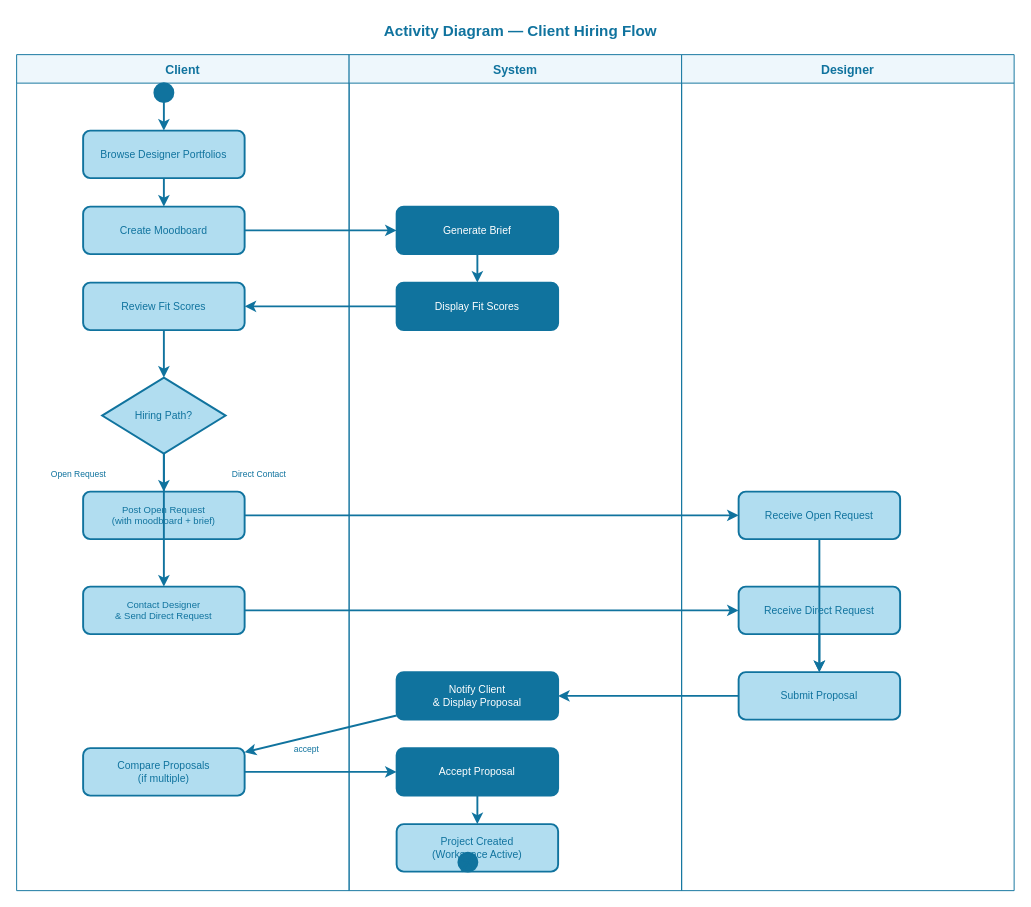
MNSBaanu/Inside keeps this draw.io diagram as docs/Interim/Diagrams/02-activity-hiring.drawio. Above is the earlier version. Source tidied: cells renumbered, new cells numbered last; positions are measured from the earlier drawing's top-left corner, leaving out a move shared by most shapes. Both pictures are drawn from the tidied source at 95%, with x=0, y=0 at pixel (16, 16).
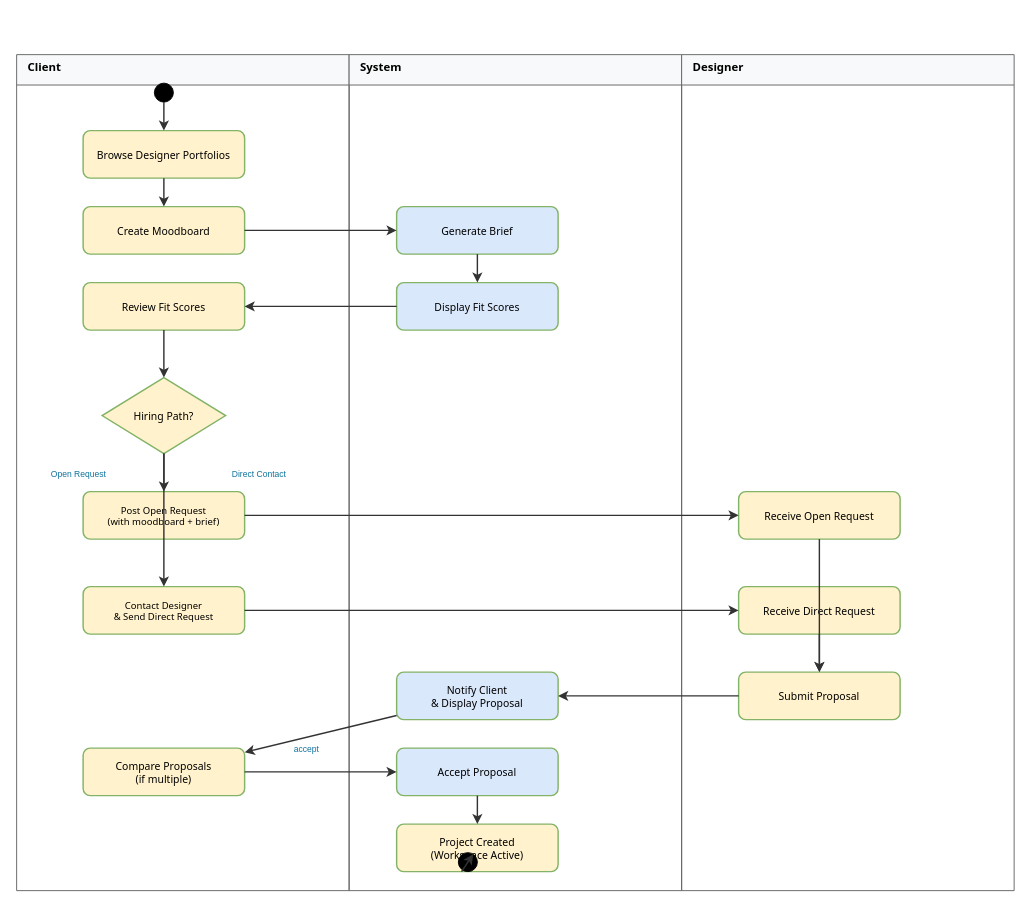
The same diagram, later.

What changed in the source:
```diff
@@
-    <mxCell id="2" value="&lt;b&gt;Activity Diagram — Client Hiring Flow&lt;/b&gt;" style="text;html=1;strokeColor=none;fillColor=none;align=center;verticalAlign=middle;fontSize=16;fontColor=#10739e;" parent="1" vertex="1">
-      <mxGeometry x="180" width="700" height="30" as="geometry" />
-    </mxCell>
-    <mxCell id="3" value="Client" style="swimlane;startSize=30;fillColor=#eef7fc;strokeColor=#10739e;fontStyle=1;fontSize=13;fontColor=#10739e;" parent="1" vertex="1">
+    <mxCell id="3" value="Client" style="swimlane;startSize=32;fillColor=#f8f9fa;strokeColor=#666666;fontStyle=1;fontSize=12;fontFamily=Tahoma;align=left;verticalAlign=top;spacingLeft=10;" parent="1" vertex="1">
       <mxGeometry y="40" width="350" height="880" as="geometry" />
     </mxCell>
-    <mxCell id="4" value="System" style="swimlane;startSize=30;fillColor=#eef7fc;strokeColor=#10739e;fontStyle=1;fontSize=13;fontColor=#10739e;" parent="1" vertex="1">
+    <mxCell id="4" value="System" style="swimlane;startSize=32;fillColor=#f8f9fa;strokeColor=#666666;fontStyle=1;fontSize=12;fontFamily=Tahoma;align=left;verticalAlign=top;spacingLeft=10;" parent="1" vertex="1">
       <mxGeometry x="350" y="40" width="350" height="880" as="geometry" />
     </mxCell>
-    <mxCell id="5" value="Designer" style="swimlane;startSize=30;fillColor=#eef7fc;strokeColor=#10739e;fontStyle=1;fontSize=13;fontColor=#10739e;" parent="1" vertex="1">
+    <mxCell id="5" value="Designer" style="swimlane;startSize=32;fillColor=#f8f9fa;strokeColor=#666666;fontStyle=1;fontSize=12;fontFamily=Tahoma;align=left;verticalAlign=top;spacingLeft=10;" parent="1" vertex="1">
       <mxGeometry x="700" y="40" width="350" height="880" as="geometry" />
     </mxCell>
-    <mxCell id="6" style="ellipse;fillColor=#10739e;strokeColor=#10739e;strokeWidth=2;" parent="1" vertex="1">
+    <mxCell id="6" style="ellipse;whiteSpace=wrap;html=1;fillColor=#000000;strokeColor=#000000;" parent="1" vertex="1">
       <mxGeometry x="145" y="70" width="20" height="20" as="geometry" />
     </mxCell>
-    <mxCell id="7" value="Browse Designer Portfolios" style="rounded=1;whiteSpace=wrap;html=1;fillColor=#b1ddf0;strokeColor=#10739e;strokeWidth=2;fontSize=11;fontColor=#10739e;" parent="1" vertex="1">
+    <mxCell id="7" value="Browse Designer Portfolios" style="rounded=1;whiteSpace=wrap;html=1;fillColor=#fff2cc;strokeColor=#82b366;strokeWidth=1.5;fontFamily=Tahoma;fontSize=11;" parent="1" vertex="1">
       <mxGeometry x="70" y="120" width="170" height="50" as="geometry" />
     </mxCell>
-    <mxCell id="8" value="Create Moodboard" style="rounded=1;whiteSpace=wrap;html=1;fillColor=#b1ddf0;strokeColor=#10739e;strokeWidth=2;fontSize=11;fontColor=#10739e;" parent="1" vertex="1">
+    <mxCell id="8" value="Create Moodboard" style="rounded=1;whiteSpace=wrap;html=1;fillColor=#fff2cc;strokeColor=#82b366;strokeWidth=1.5;fontFamily=Tahoma;fontSize=11;" parent="1" vertex="1">
       <mxGeometry x="70" y="200" width="170" height="50" as="geometry" />
     </mxCell>
-    <mxCell id="9" value="Generate Brief" style="rounded=1;whiteSpace=wrap;html=1;fillColor=#10739e;strokeColor=#10739e;strokeWidth=2;fontSize=11;fontColor=#ffffff;" parent="1" vertex="1">
+    <mxCell id="9" value="Generate Brief" style="rounded=1;whiteSpace=wrap;html=1;fillColor=#dae8fc;strokeColor=#82b366;strokeWidth=1.5;fontFamily=Tahoma;fontSize=11;" parent="1" vertex="1">
       <mxGeometry x="400" y="200" width="170" height="50" as="geometry" />
     </mxCell>
-    <mxCell id="10" value="Display Fit Scores" style="rounded=1;whiteSpace=wrap;html=1;fillColor=#10739e;strokeColor=#10739e;strokeWidth=2;fontSize=11;fontColor=#ffffff;" parent="1" vertex="1">
+    <mxCell id="10" value="Display Fit Scores" style="rounded=1;whiteSpace=wrap;html=1;fillColor=#dae8fc;strokeColor=#82b366;strokeWidth=1.5;fontFamily=Tahoma;fontSize=11;" parent="1" vertex="1">
       <mxGeometry x="400" y="280" width="170" height="50" as="geometry" />
     </mxCell>
-    <mxCell id="11" value="Review Fit Scores" style="rounded=1;whiteSpace=wrap;html=1;fillColor=#b1ddf0;strokeColor=#10739e;strokeWidth=2;fontSize=11;fontColor=#10739e;" parent="1" vertex="1">
+    <mxCell id="11" value="Review Fit Scores" style="rounded=1;whiteSpace=wrap;html=1;fillColor=#fff2cc;strokeColor=#82b366;strokeWidth=1.5;fontFamily=Tahoma;fontSize=11;" parent="1" vertex="1">
       <mxGeometry x="70" y="280" width="170" height="50" as="geometry" />
     </mxCell>
-    <mxCell id="12" value="Hiring Path?" style="rhombus;whiteSpace=wrap;html=1;fillColor=#b1ddf0;strokeColor=#10739e;strokeWidth=2;fontSize=11;fontColor=#10739e;" parent="1" vertex="1">
+    <mxCell id="12" value="Hiring Path?" style="rhombus;whiteSpace=wrap;html=1;fillColor=#fff2cc;strokeColor=#82b366;strokeWidth=1.5;fontFamily=Tahoma;fontSize=11;" parent="1" vertex="1">
       <mxGeometry x="90" y="380" width="130" height="80" as="geometry" />
     </mxCell>
-    <mxCell id="13" value="Post Open Request&#10;(with moodboard + brief)" style="rounded=1;whiteSpace=wrap;html=1;fillColor=#b1ddf0;strokeColor=#10739e;strokeWidth=2;fontSize=10;fontColor=#10739e;" parent="1" vertex="1">
+    <mxCell id="13" value="Post Open Request&#10;(with moodboard + brief)" style="rounded=1;whiteSpace=wrap;html=1;fillColor=#fff2cc;strokeColor=#82b366;strokeWidth=1.5;fontFamily=Tahoma;fontSize=10;" parent="1" vertex="1">
       <mxGeometry x="70" y="500" width="170" height="50" as="geometry" />
     </mxCell>
-    <mxCell id="14" value="Contact Designer&#10;&amp; Send Direct Request" style="rounded=1;whiteSpace=wrap;html=1;fillColor=#b1ddf0;strokeColor=#10739e;strokeWidth=2;fontSize=10;fontColor=#10739e;" parent="1" vertex="1">
+    <mxCell id="14" value="Contact Designer&#10;&amp; Send Direct Request" style="rounded=1;whiteSpace=wrap;html=1;fillColor=#fff2cc;strokeColor=#82b366;strokeWidth=1.5;fontFamily=Tahoma;fontSize=10;" parent="1" vertex="1">
       <mxGeometry x="70" y="600" width="170" height="50" as="geometry" />
     </mxCell>
-    <mxCell id="15" value="Receive Open Request" style="rounded=1;whiteSpace=wrap;html=1;fillColor=#b1ddf0;strokeColor=#10739e;strokeWidth=2;fontSize=11;fontColor=#10739e;" parent="1" vertex="1">
+    <mxCell id="15" value="Receive Open Request" style="rounded=1;whiteSpace=wrap;html=1;fillColor=#fff2cc;strokeColor=#82b366;strokeWidth=1.5;fontFamily=Tahoma;fontSize=11;" parent="1" vertex="1">
       <mxGeometry x="760" y="500" width="170" height="50" as="geometry" />
     </mxCell>
-    <mxCell id="16" value="Receive Direct Request" style="rounded=1;whiteSpace=wrap;html=1;fillColor=#b1ddf0;strokeColor=#10739e;strokeWidth=2;fontSize=11;fontColor=#10739e;" parent="1" vertex="1">
+    <mxCell id="16" value="Receive Direct Request" style="rounded=1;whiteSpace=wrap;html=1;fillColor=#fff2cc;strokeColor=#82b366;strokeWidth=1.5;fontFamily=Tahoma;fontSize=11;" parent="1" vertex="1">
       <mxGeometry x="760" y="600" width="170" height="50" as="geometry" />
     </mxCell>
-    <mxCell id="17" value="Submit Proposal" style="rounded=1;whiteSpace=wrap;html=1;fillColor=#b1ddf0;strokeColor=#10739e;strokeWidth=2;fontSize=11;fontColor=#10739e;" parent="1" vertex="1">
+    <mxCell id="17" value="Submit Proposal" style="rounded=1;whiteSpace=wrap;html=1;fillColor=#fff2cc;strokeColor=#82b366;strokeWidth=1.5;fontFamily=Tahoma;fontSize=11;" parent="1" vertex="1">
       <mxGeometry x="760" y="690" width="170" height="50" as="geometry" />
     </mxCell>
-    <mxCell id="18" value="Notify Client&#10;&amp; Display Proposal" style="rounded=1;whiteSpace=wrap;html=1;fillColor=#10739e;strokeColor=#10739e;strokeWidth=2;fontSize=11;fontColor=#ffffff;" parent="1" vertex="1">
+    <mxCell id="18" value="Notify Client&#10;&amp; Display Proposal" style="rounded=1;whiteSpace=wrap;html=1;fillColor=#dae8fc;strokeColor=#82b366;strokeWidth=1.5;fontFamily=Tahoma;fontSize=11;" parent="1" vertex="1">
       <mxGeometry x="400" y="690" width="170" height="50" as="geometry" />
     </mxCell>
-    <mxCell id="19" value="Compare Proposals&#10;(if multiple)" style="rounded=1;whiteSpace=wrap;html=1;fillColor=#b1ddf0;strokeColor=#10739e;strokeWidth=2;fontSize=11;fontColor=#10739e;" parent="1" vertex="1">
+    <mxCell id="19" value="Compare Proposals&#10;(if multiple)" style="rounded=1;whiteSpace=wrap;html=1;fillColor=#fff2cc;strokeColor=#82b366;strokeWidth=1.5;fontFamily=Tahoma;fontSize=11;" parent="1" vertex="1">
       <mxGeometry x="70" y="770" width="170" height="50" as="geometry" />
     </mxCell>
-    <mxCell id="20" value="Accept Proposal" style="rounded=1;whiteSpace=wrap;html=1;fillColor=#10739e;strokeColor=#10739e;strokeWidth=2;fontSize=11;fontColor=#ffffff;" parent="1" vertex="1">
+    <mxCell id="20" value="Accept Proposal" style="rounded=1;whiteSpace=wrap;html=1;fillColor=#dae8fc;strokeColor=#82b366;strokeWidth=1.5;fontFamily=Tahoma;fontSize=11;" parent="1" vertex="1">
       <mxGeometry x="400" y="770" width="170" height="50" as="geometry" />
     </mxCell>
-    <mxCell id="21" value="Project Created&#10;(Workspace Active)" style="rounded=1;whiteSpace=wrap;html=1;fillColor=#b1ddf0;strokeColor=#10739e;strokeWidth=2;fontSize=11;fontColor=#10739e;" parent="1" vertex="1">
+    <mxCell id="21" value="Project Created&#10;(Workspace Active)" style="rounded=1;whiteSpace=wrap;html=1;fillColor=#fff2cc;strokeColor=#82b366;strokeWidth=1.5;fontFamily=Tahoma;fontSize=11;" parent="1" vertex="1">
       <mxGeometry x="400" y="850" width="170" height="50" as="geometry" />
     </mxCell>
-    <mxCell id="22" style="ellipse;fillColor=#10739e;strokeColor=#10739e;strokeWidth=2;" parent="1" vertex="1">
+    <mxCell id="22" style="ellipse;whiteSpace=wrap;html=1;fillColor=#000000;strokeColor=#000000;" parent="1" vertex="1">
       <mxGeometry x="465" y="880" width="20" height="20" as="geometry" />
     </mxCell>
@@
-    <mxCell id="26" style="edgeStyle=none;rounded=0;jettySize=auto;html=1;strokeColor=#10739e;strokeWidth=2;endArrow=classic;endFill=1;" parent="1" edge="1" source="6" target="7">
+    <mxCell id="26" style="edgeStyle=none;rounded=0;jettySize=auto;html=1;strokeColor=#333333;strokeWidth=1.5;fontFamily=Tahoma;endArrow=classic;endFill=1;" parent="1" edge="1" source="6" target="7">
       <mxGeometry relative="1" as="geometry" />
     </mxCell>
-    <mxCell id="27" style="edgeStyle=none;rounded=0;jettySize=auto;html=1;strokeColor=#10739e;strokeWidth=2;endArrow=classic;endFill=1;" parent="1" edge="1" source="7" target="8">
+    <mxCell id="27" style="edgeStyle=none;rounded=0;jettySize=auto;html=1;strokeColor=#333333;strokeWidth=1.5;fontFamily=Tahoma;endArrow=classic;endFill=1;" parent="1" edge="1" source="7" target="8">
       <mxGeometry relative="1" as="geometry" />
     </mxCell>
-    <mxCell id="28" style="edgeStyle=none;rounded=0;jettySize=auto;html=1;strokeColor=#10739e;strokeWidth=2;endArrow=classic;endFill=1;" parent="1" edge="1" source="8" target="9">
+    <mxCell id="28" style="edgeStyle=none;rounded=0;jettySize=auto;html=1;strokeColor=#333333;strokeWidth=1.5;fontFamily=Tahoma;endArrow=classic;endFill=1;" parent="1" edge="1" source="8" target="9">
       <mxGeometry relative="1" as="geometry" />
     </mxCell>
-    <mxCell id="29" style="edgeStyle=none;rounded=0;jettySize=auto;html=1;strokeColor=#10739e;strokeWidth=2;endArrow=classic;endFill=1;" parent="1" edge="1" source="9" target="10">
+    <mxCell id="29" style="edgeStyle=none;rounded=0;jettySize=auto;html=1;strokeColor=#333333;strokeWidth=1.5;fontFamily=Tahoma;endArrow=classic;endFill=1;" parent="1" edge="1" source="9" target="10">
       <mxGeometry relative="1" as="geometry" />
     </mxCell>
-    <mxCell id="30" style="edgeStyle=none;rounded=0;jettySize=auto;html=1;strokeColor=#10739e;strokeWidth=2;endArrow=classic;endFill=1;" parent="1" edge="1" source="10" target="11">
+    <mxCell id="30" style="edgeStyle=none;rounded=0;jettySize=auto;html=1;strokeColor=#333333;strokeWidth=1.5;fontFamily=Tahoma;endArrow=classic;endFill=1;" parent="1" edge="1" source="10" target="11">
       <mxGeometry relative="1" as="geometry" />
     </mxCell>
-    <mxCell id="31" style="edgeStyle=none;rounded=0;jettySize=auto;html=1;strokeColor=#10739e;strokeWidth=2;endArrow=classic;endFill=1;" parent="1" edge="1" source="11" target="12">
+    <mxCell id="31" style="edgeStyle=none;rounded=0;jettySize=auto;html=1;strokeColor=#333333;strokeWidth=1.5;fontFamily=Tahoma;endArrow=classic;endFill=1;" parent="1" edge="1" source="11" target="12">
       <mxGeometry relative="1" as="geometry" />
     </mxCell>
-    <mxCell id="32" style="edgeStyle=none;rounded=0;jettySize=auto;html=1;strokeColor=#10739e;strokeWidth=2;endArrow=classic;endFill=1;" parent="1" edge="1" source="12" target="13">
+    <mxCell id="32" style="edgeStyle=none;rounded=0;jettySize=auto;html=1;strokeColor=#333333;strokeWidth=1.5;fontFamily=Tahoma;endArrow=classic;endFill=1;" parent="1" edge="1" source="12" target="13">
       <mxGeometry relative="1" as="geometry" />
     </mxCell>
-    <mxCell id="33" style="edgeStyle=none;rounded=0;jettySize=auto;html=1;strokeColor=#10739e;strokeWidth=2;endArrow=classic;endFill=1;" parent="1" edge="1" source="12" target="14">
+    <mxCell id="33" style="edgeStyle=none;rounded=0;jettySize=auto;html=1;strokeColor=#333333;strokeWidth=1.5;fontFamily=Tahoma;endArrow=classic;endFill=1;" parent="1" edge="1" source="12" target="14">
       <mxGeometry relative="1" as="geometry" />
     </mxCell>
-    <mxCell id="34" style="edgeStyle=none;rounded=0;jettySize=auto;html=1;strokeColor=#10739e;strokeWidth=2;endArrow=classic;endFill=1;" parent="1" edge="1" source="13" target="15">
+    <mxCell id="34" style="edgeStyle=none;rounded=0;jettySize=auto;html=1;strokeColor=#333333;strokeWidth=1.5;fontFamily=Tahoma;endArrow=classic;endFill=1;" parent="1" edge="1" source="13" target="15">
       <mxGeometry relative="1" as="geometry" />
     </mxCell>
-    <mxCell id="35" style="edgeStyle=none;rounded=0;jettySize=auto;html=1;strokeColor=#10739e;strokeWidth=2;endArrow=classic;endFill=1;" parent="1" edge="1" source="14" target="16">
+    <mxCell id="35" style="edgeStyle=none;rounded=0;jettySize=auto;html=1;strokeColor=#333333;strokeWidth=1.5;fontFamily=Tahoma;endArrow=classic;endFill=1;" parent="1" edge="1" source="14" target="16">
       <mxGeometry relative="1" as="geometry" />
     </mxCell>
-    <mxCell id="36" style="edgeStyle=none;rounded=0;jettySize=auto;html=1;strokeColor=#10739e;strokeWidth=2;endArrow=classic;endFill=1;" parent="1" edge="1" source="15" target="17">
+    <mxCell id="36" style="edgeStyle=none;rounded=0;jettySize=auto;html=1;strokeColor=#333333;strokeWidth=1.5;fontFamily=Tahoma;endArrow=classic;endFill=1;" parent="1" edge="1" source="15" target="17">
       <mxGeometry relative="1" as="geometry" />
     </mxCell>
-    <mxCell id="37" style="edgeStyle=none;rounded=0;jettySize=auto;html=1;strokeColor=#10739e;strokeWidth=2;endArrow=classic;endFill=1;" parent="1" edge="1" source="16" target="17">
+    <mxCell id="37" style="edgeStyle=none;rounded=0;jettySize=auto;html=1;strokeColor=#333333;strokeWidth=1.5;fontFamily=Tahoma;endArrow=classic;endFill=1;" parent="1" edge="1" source="16" target="17">
       <mxGeometry relative="1" as="geometry" />
     </mxCell>
-    <mxCell id="38" style="edgeStyle=none;rounded=0;jettySize=auto;html=1;strokeColor=#10739e;strokeWidth=2;endArrow=classic;endFill=1;" parent="1" edge="1" source="17" target="18">
+    <mxCell id="38" style="edgeStyle=none;rounded=0;jettySize=auto;html=1;strokeColor=#333333;strokeWidth=1.5;fontFamily=Tahoma;endArrow=classic;endFill=1;" parent="1" edge="1" source="17" target="18">
       <mxGeometry relative="1" as="geometry" />
     </mxCell>
-    <mxCell id="39" style="edgeStyle=none;rounded=0;jettySize=auto;html=1;strokeColor=#10739e;strokeWidth=2;endArrow=classic;endFill=1;" parent="1" edge="1" source="18" target="19">
+    <mxCell id="39" style="edgeStyle=none;rounded=0;jettySize=auto;html=1;strokeColor=#333333;strokeWidth=1.5;fontFamily=Tahoma;endArrow=classic;endFill=1;" parent="1" edge="1" source="18" target="19">
       <mxGeometry relative="1" as="geometry" />
     </mxCell>
-    <mxCell id="40" style="edgeStyle=none;rounded=0;jettySize=auto;html=1;strokeColor=#10739e;strokeWidth=2;endArrow=classic;endFill=1;" parent="1" edge="1" source="19" target="20">
+    <mxCell id="40" style="edgeStyle=none;rounded=0;jettySize=auto;html=1;strokeColor=#333333;strokeWidth=1.5;fontFamily=Tahoma;endArrow=classic;endFill=1;" parent="1" edge="1" source="19" target="20">
       <mxGeometry relative="1" as="geometry" />
     </mxCell>
-    <mxCell id="41" style="edgeStyle=none;rounded=0;jettySize=auto;html=1;strokeColor=#10739e;strokeWidth=2;endArrow=classic;endFill=1;" parent="1" edge="1" source="20" target="21">
+    <mxCell id="41" style="edgeStyle=none;rounded=0;jettySize=auto;html=1;strokeColor=#333333;strokeWidth=1.5;fontFamily=Tahoma;endArrow=classic;endFill=1;" parent="1" edge="1" source="20" target="21">
       <mxGeometry relative="1" as="geometry" />
     </mxCell>
-    <mxCell id="42" style="edgeStyle=none;rounded=0;jettySize=auto;html=1;strokeColor=#10739e;strokeWidth=2;endArrow=classic;endFill=1;" parent="1" edge="1" source="21" target="22">
+    <mxCell id="42" style="edgeStyle=none;rounded=0;jettySize=auto;html=1;strokeColor=#333333;strokeWidth=1.5;fontFamily=Tahoma;endArrow=classic;endFill=1;" parent="1" edge="1" source="21" target="22">
       <mxGeometry relative="1" as="geometry" />
     </mxCell>
```
